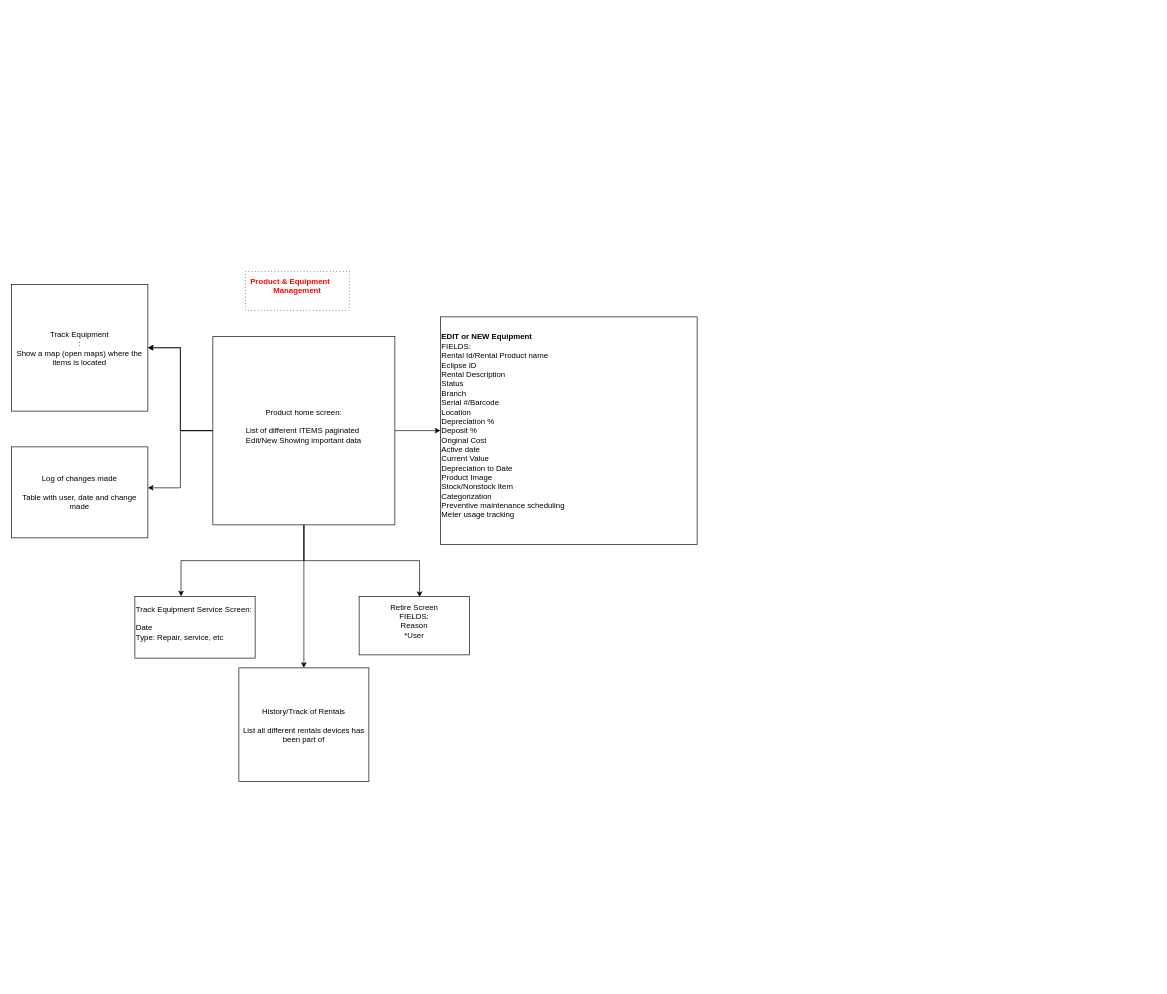
The draw.io diagram rentals_equipment.drawio in arturo-reyes-fernandez/rentals, before the edit. Source tidied: cells renumbered, new cells numbered last; positions are measured from the earlier drawing's top-left corner, leaving out a move shared by most shapes. Both pictures are drawn from the tidied source at 65%, with x=0, y=0 at pixel (11, 271).
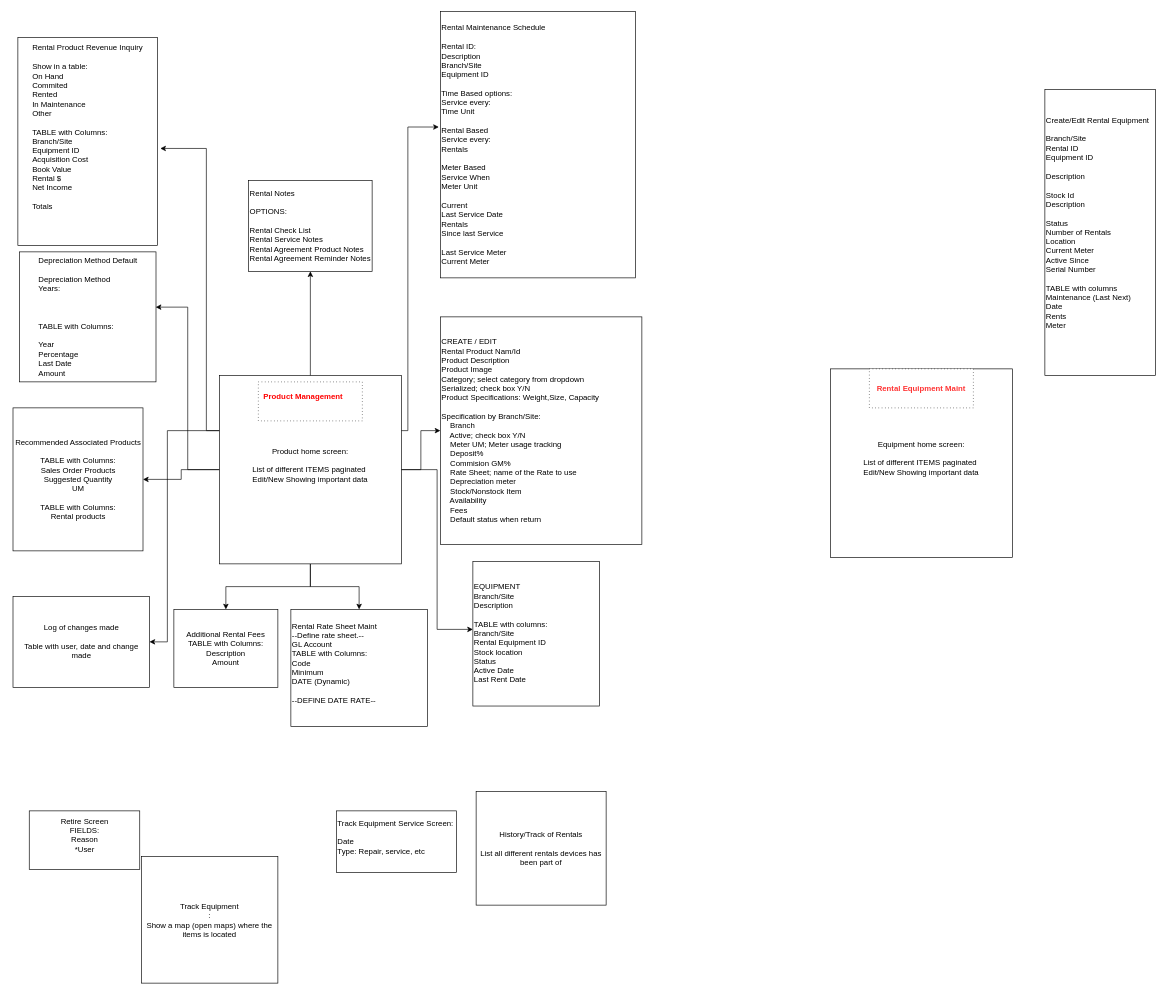
After the change.

Diff of the diagram source:
```diff
@@
-    <mxCell id="2" value="&lt;div align=&quot;left&quot;&gt;&lt;b&gt;EDIT or NEW Equipment&lt;/b&gt;&lt;br&gt;&lt;/div&gt;&lt;div align=&quot;left&quot;&gt;FIELDS:&lt;/div&gt;&lt;div align=&quot;left&quot;&gt;Rental Id/Rental Product name&lt;br&gt;Eclipse ID &lt;br&gt;Rental Description &lt;br&gt;Status&lt;br&gt;Branch&lt;br&gt;Serial #/Barcode&lt;br&gt;Location&lt;br&gt;Depreciation %&lt;br&gt;Deposit %&lt;br&gt;Original Cost&lt;br&gt;Active date&lt;br&gt;Current Value&lt;br&gt;Depreciation to Date &lt;br&gt;Product Image&lt;br&gt;Stock/Nonstock Item&lt;br&gt;Categorization&lt;br&gt;Preventive maintenance scheduling &lt;br&gt;Meter usage tracking&lt;br&gt;&lt;br&gt;&lt;/div&gt;" style="rounded=0;whiteSpace=wrap;html=1;align=left;" parent="1" vertex="1">
-      <mxGeometry x="660" y="70" width="395" height="350" as="geometry" />
+    <mxCell id="2" value="&lt;div align=&quot;left&quot;&gt;CREATE / EDIT&lt;br&gt;&lt;/div&gt;&lt;div align=&quot;left&quot;&gt;Rental Product Nam/Id &lt;br&gt;Product Description &amp;nbsp;&lt;br&gt;Product Image &lt;br&gt;Category; select category from dropdown &amp;nbsp;&lt;br&gt;Serialized; check box Y/N&amp;nbsp; &amp;nbsp;&lt;br&gt;Product Specifications: Weight,Size, Capacity &lt;br&gt;&lt;/div&gt;&lt;div align=&quot;left&quot;&gt;&lt;br&gt;&lt;/div&gt;&lt;div align=&quot;left&quot;&gt;Specification by Branch/Site:&lt;br&gt;&amp;nbsp;&amp;nbsp;&amp;nbsp; Branch&lt;br&gt;&amp;nbsp;&amp;nbsp;&amp;nbsp; Active; check box Y/N &lt;br&gt;&amp;nbsp;&amp;nbsp;&amp;nbsp; Meter UM; Meter usage tracking &lt;br&gt;&amp;nbsp;&amp;nbsp;&amp;nbsp; Deposit% &lt;br&gt;&amp;nbsp;&amp;nbsp;&amp;nbsp; Commision GM% &lt;br&gt;&amp;nbsp;&amp;nbsp;&amp;nbsp; Rate Sheet; name of the Rate to use &lt;br&gt;&amp;nbsp;&amp;nbsp;&amp;nbsp; Depreciation meter&amp;nbsp; &amp;nbsp;&lt;br&gt;&amp;nbsp;&amp;nbsp;&amp;nbsp; Stock/Nonstock Item &amp;nbsp;&lt;br&gt;&amp;nbsp;&amp;nbsp;&amp;nbsp; Availability &amp;nbsp;&lt;br&gt;&amp;nbsp;&amp;nbsp;&amp;nbsp; Fees &amp;nbsp;&lt;br&gt;&amp;nbsp;&amp;nbsp;&amp;nbsp; Default status when return &lt;br&gt;&lt;/div&gt;" style="rounded=0;whiteSpace=wrap;html=1;align=left;" parent="1" vertex="1">
+      <mxGeometry x="660" y="70" width="310" height="350" as="geometry" />
     </mxCell>
-    <mxCell id="3" value="&lt;br&gt;&lt;br&gt;&lt;br&gt;&lt;br&gt;&lt;p style=&quot;text-indent:-.25in;mso-list:l0 level1 lfo1&quot; class=&quot;MsoListParagraph&quot;&gt;&lt;span style=&quot;font-family: Wingdings; color: red;&quot;&gt;&lt;span style=&quot;mso-list:Ignore&quot;&gt;&lt;span style=&quot;font:7.0pt &amp;quot;Times New Roman&amp;quot;&quot;&gt;&amp;nbsp;&lt;/span&gt;&lt;/span&gt;&lt;/span&gt;&lt;b&gt;&lt;span style=&quot;color: red;&quot;&gt;Product &amp;amp; Equipment Management&lt;/span&gt;&lt;/b&gt;&lt;/p&gt;&lt;br&gt;&lt;br&gt;&lt;br&gt;&lt;br&gt;&lt;div&gt;&lt;br/&gt;&lt;/div&gt;" style="whiteSpace=wrap;html=1;dashed=1;dashPattern=1 4;" parent="1" vertex="1">
-      <mxGeometry x="360" width="160" height="60" as="geometry" />
-    </mxCell>
     <mxCell id="4" value="&lt;div&gt;Retire Screen&lt;/div&gt;&lt;div&gt;FIELDS:&lt;/div&gt;&lt;div&gt;Reason&lt;/div&gt;&lt;div&gt;*User&lt;/div&gt;&lt;div&gt;&lt;br&gt;&lt;/div&gt;" style="whiteSpace=wrap;html=1;" parent="1" vertex="1">
-      <mxGeometry x="535" y="500" width="170" height="90" as="geometry" />
+      <mxGeometry x="27.5" y="830" width="170" height="90" as="geometry" />
     </mxCell>
     <mxCell id="5" value="&lt;div&gt;Track Equipment Service Screen:&lt;/div&gt;&lt;div&gt;&lt;br&gt;&lt;/div&gt;&lt;div&gt;Date&lt;/div&gt;&lt;div&gt;Type: Repair, service, etc&lt;br&gt;&lt;/div&gt;&lt;div&gt;&lt;br&gt;&lt;/div&gt;" style="whiteSpace=wrap;html=1;align=left;rounded=0;" parent="1" vertex="1">
-      <mxGeometry x="190" y="500" width="185" height="95" as="geometry" />
+      <mxGeometry x="500" y="830" width="185" height="95" as="geometry" />
     </mxCell>
@@
-    <mxCell id="7" style="edgeStyle=orthogonalEdgeStyle;rounded=0;jettySize=auto;html=1;" parent="1" edge="1" source="10" target="13">
-      <mxGeometry relative="1" as="geometry" />
-    </mxCell>
-    <mxCell id="8" style="edgeStyle=orthogonalEdgeStyle;rounded=0;jettySize=auto;html=1;" parent="1" edge="1" source="10" target="14">
-      <mxGeometry relative="1" as="geometry" />
-    </mxCell>
-    <mxCell id="9" style="edgeStyle=orthogonalEdgeStyle;rounded=0;jettySize=auto;html=1;" parent="1" edge="1" source="10" target="13">
-      <mxGeometry relative="1" as="geometry" />
-    </mxCell>
+    <mxCell id="17" style="edgeStyle=orthogonalEdgeStyle;rounded=0;jettySize=auto;html=1;entryX=0.5;entryY=0;entryDx=0;entryDy=0;" parent="1" edge="1" source="10" target="22">
+      <mxGeometry relative="1" as="geometry" />
+    </mxCell>
+    <mxCell id="18" style="edgeStyle=orthogonalEdgeStyle;rounded=0;jettySize=auto;html=1;" parent="1" edge="1" source="10" target="23">
+      <mxGeometry relative="1" as="geometry" />
+    </mxCell>
+    <mxCell id="19" style="edgeStyle=orthogonalEdgeStyle;rounded=0;jettySize=auto;html=1;" parent="1" edge="1" source="10" target="24">
+      <mxGeometry relative="1" as="geometry" />
+    </mxCell>
+    <mxCell id="16" style="edgeStyle=orthogonalEdgeStyle;rounded=0;jettySize=auto;html=1;entryX=1;entryY=0.5;entryDx=0;entryDy=0;" parent="1" edge="1" source="10" target="15">
+      <mxGeometry relative="1" as="geometry">
+        <Array as="points">
+          <mxPoint x="240" y="245" />
+          <mxPoint x="240" y="570" />
+        </Array>
+      </mxGeometry>
+    </mxCell>
     <mxCell id="10" value="&lt;div&gt;Product home screen:&lt;/div&gt;&lt;div&gt;&lt;br&gt;&lt;/div&gt;&lt;div&gt;List of different ITEMS paginated&amp;nbsp; &lt;br&gt;&lt;/div&gt;&lt;div&gt;Edit/New Showing important data&lt;br&gt;&lt;/div&gt;&lt;div&gt;&lt;br&gt;&lt;/div&gt;" style="rounded=0;whiteSpace=wrap;html=1;" parent="1" vertex="1">
-      <mxGeometry x="310" y="100" width="280" height="290" as="geometry" />
+      <mxGeometry x="320" y="160" width="280" height="290" as="geometry" />
     </mxCell>
-    <mxCell id="11" style="edgeStyle=orthogonalEdgeStyle;rounded=0;jettySize=auto;html=1;entryX=0.547;entryY=0.011;entryDx=0;entryDy=0;entryPerimeter=0;" parent="1" edge="1" source="10" target="4">
-      <mxGeometry relative="1" as="geometry" />
-    </mxCell>
-    <mxCell id="12" style="edgeStyle=orthogonalEdgeStyle;rounded=0;jettySize=auto;html=1;entryX=0.384;entryY=0;entryDx=0;entryDy=0;entryPerimeter=0;" parent="1" edge="1" source="10" target="5">
-      <mxGeometry relative="1" as="geometry" />
-    </mxCell>
     <mxCell id="13" value="Track Equipment&lt;br&gt;&lt;div&gt;:&lt;/div&gt;&lt;div&gt;Show a map (open maps) where the items is located&lt;br&gt;&lt;/div&gt;" style="whiteSpace=wrap;html=1;rounded=0;" parent="1" vertex="1">
-      <mxGeometry y="20" width="210" height="195" as="geometry" />
+      <mxGeometry x="200" y="900" width="210" height="195" as="geometry" />
     </mxCell>
     <mxCell id="14" value="&lt;div&gt;History/Track of Rentals&lt;/div&gt;&lt;div&gt;&lt;br&gt;&lt;/div&gt;&lt;div&gt;List all different rentals devices has been part of&lt;br&gt;&lt;/div&gt;" style="whiteSpace=wrap;html=1;rounded=0;" parent="1" vertex="1">
-      <mxGeometry x="350" y="610" width="200" height="175" as="geometry" />
+      <mxGeometry x="715" y="800" width="200" height="175" as="geometry" />
     </mxCell>
     <mxCell id="15" value="&lt;div&gt;Log of changes made&lt;/div&gt;&lt;div&gt;&lt;br&gt;&lt;/div&gt;&lt;div&gt;Table with user, date and change made&lt;br&gt;&lt;/div&gt;" style="rounded=0;whiteSpace=wrap;html=1;" parent="1" vertex="1">
-      <mxGeometry y="270" width="210" height="140" as="geometry" />
+      <mxGeometry x="2.5" y="500" width="210" height="140" as="geometry" />
     </mxCell>
-    <mxCell id="16" style="edgeStyle=orthogonalEdgeStyle;rounded=0;jettySize=auto;html=1;entryX=1;entryY=0.45;entryDx=0;entryDy=0;entryPerimeter=0;" parent="1" edge="1" source="10" target="15">
-      <mxGeometry relative="1" as="geometry" />
-    </mxCell>
+    <mxCell id="20" value="&lt;div align=&quot;left&quot;&gt;EQUIPMENT&lt;/div&gt;&lt;div align=&quot;left&quot;&gt;Branch/Site&lt;/div&gt;&lt;div align=&quot;left&quot;&gt;Description&lt;/div&gt;&lt;div align=&quot;left&quot;&gt;&lt;br&gt;&lt;/div&gt;&lt;div align=&quot;left&quot;&gt;TABLE with columns:&lt;/div&gt;&lt;div align=&quot;left&quot;&gt;Branch/Site&lt;/div&gt;&lt;div align=&quot;left&quot;&gt;Rental Equipment ID&lt;/div&gt;&lt;div align=&quot;left&quot;&gt;Stock location&lt;/div&gt;&lt;div align=&quot;left&quot;&gt;Status&lt;/div&gt;&lt;div align=&quot;left&quot;&gt;Active Date&lt;/div&gt;&lt;div align=&quot;left&quot;&gt;Last Rent Date&lt;br&gt;&lt;/div&gt;" style="whiteSpace=wrap;html=1;align=left;" parent="1" vertex="1">
+      <mxGeometry x="710" y="446.2" width="195" height="222.5" as="geometry" />
+    </mxCell>
+    <mxCell id="21" style="edgeStyle=orthogonalEdgeStyle;rounded=0;jettySize=auto;html=1;entryX=0;entryY=0.47;entryDx=0;entryDy=0;entryPerimeter=0;" parent="1" edge="1" source="10" target="20">
+      <mxGeometry relative="1" as="geometry" />
+    </mxCell>
+    <mxCell id="22" value="&lt;div align=&quot;left&quot;&gt;Rental Rate Sheet Maint&lt;/div&gt;&lt;div align=&quot;left&quot;&gt;--Define rate sheet.--&lt;/div&gt;&lt;div align=&quot;left&quot;&gt;GL Account&lt;/div&gt;&lt;div align=&quot;left&quot;&gt;TABLE with Columns:&lt;/div&gt;&lt;div align=&quot;left&quot;&gt;Code&lt;/div&gt;&lt;div align=&quot;left&quot;&gt;Minimum&lt;/div&gt;&lt;div align=&quot;left&quot;&gt;DATE (Dynamic)&lt;/div&gt;&lt;div align=&quot;left&quot;&gt;&lt;br&gt;&lt;/div&gt;&lt;div align=&quot;left&quot;&gt;--DEFINE DATE RATE--&lt;/div&gt;&lt;div align=&quot;left&quot;&gt;&lt;br&gt;&lt;/div&gt;" style="whiteSpace=wrap;html=1;align=left;" parent="1" vertex="1">
+      <mxGeometry x="430" y="520" width="210" height="180" as="geometry" />
+    </mxCell>
+    <mxCell id="23" value="&lt;div&gt;Additional Rental Fees&lt;/div&gt;&lt;div&gt;TABLE with Columns:&lt;/div&gt;&lt;div&gt;Description&lt;/div&gt;&lt;div&gt;Amount&lt;br&gt;&lt;/div&gt;" style="whiteSpace=wrap;html=1;" parent="1" vertex="1">
+      <mxGeometry x="250" y="520" width="160" height="120" as="geometry" />
+    </mxCell>
+    <mxCell id="24" value="&lt;div&gt;Recommended Associated Products&lt;/div&gt;&lt;br&gt;&lt;div&gt;TABLE with Columns:&lt;/div&gt;&lt;div&gt;Sales Order Products&lt;/div&gt;&lt;div&gt;Suggested Quantity&lt;/div&gt;&lt;div&gt;UM&lt;/div&gt;&lt;div&gt;&lt;br&gt;&lt;/div&gt;&lt;div&gt;TABLE with Columns:&lt;/div&gt;&lt;div&gt;Rental products&lt;br&gt;&lt;/div&gt;" style="whiteSpace=wrap;html=1;" parent="1" vertex="1">
+      <mxGeometry x="2.5" y="210" width="200" height="220" as="geometry" />
+    </mxCell>
+    <mxCell id="25" value="&lt;div align=&quot;left&quot;&gt;Depreciation Method Default&lt;/div&gt;&lt;div align=&quot;left&quot;&gt;&lt;br&gt;&lt;/div&gt;&lt;div align=&quot;left&quot;&gt;Depreciation Method&lt;br&gt;Years:&lt;/div&gt;&lt;div align=&quot;left&quot;&gt;&lt;br&gt;&lt;/div&gt;&lt;div align=&quot;left&quot;&gt;&lt;br&gt;&lt;/div&gt;&lt;div align=&quot;left&quot;&gt;&lt;br&gt;&lt;/div&gt;&lt;div align=&quot;left&quot;&gt;TABLE with Columns:&lt;/div&gt;&lt;div align=&quot;left&quot;&gt;&lt;br&gt;&lt;/div&gt;&lt;div align=&quot;left&quot;&gt;Year&lt;/div&gt;&lt;div align=&quot;left&quot;&gt;Percentage &lt;br&gt;&lt;/div&gt;&lt;div align=&quot;left&quot;&gt;Last Date&lt;/div&gt;&lt;div align=&quot;left&quot;&gt;Amount&lt;br&gt;&lt;/div&gt;" style="whiteSpace=wrap;html=1;" parent="1" vertex="1">
+      <mxGeometry x="12.5" y="-30" width="210" height="200" as="geometry" />
+    </mxCell>
+    <mxCell id="26" style="edgeStyle=orthogonalEdgeStyle;rounded=0;jettySize=auto;html=1;entryX=0.998;entryY=0.425;entryDx=0;entryDy=0;entryPerimeter=0;" parent="1" edge="1" source="10" target="25">
+      <mxGeometry relative="1" as="geometry" />
+    </mxCell>
+    <mxCell id="27" value="&lt;div align=&quot;left&quot;&gt;Rental Maintenance Schedule&lt;br&gt;&lt;/div&gt;&lt;div align=&quot;left&quot;&gt;&lt;br&gt;&lt;/div&gt;&lt;div align=&quot;left&quot;&gt;Rental ID:&lt;/div&gt;&lt;div align=&quot;left&quot;&gt;Description&lt;/div&gt;&lt;div align=&quot;left&quot;&gt;Branch/Site&lt;/div&gt;&lt;div align=&quot;left&quot;&gt;Equipment ID&lt;/div&gt;&lt;div align=&quot;left&quot;&gt;&lt;br&gt;&lt;/div&gt;&lt;div align=&quot;left&quot;&gt;Time Based options:&lt;/div&gt;&lt;div align=&quot;left&quot;&gt;Service every: &lt;br&gt;&lt;/div&gt;&lt;div align=&quot;left&quot;&gt;Time Unit&lt;/div&gt;&lt;div align=&quot;left&quot;&gt;&lt;br&gt;&lt;/div&gt;&lt;div align=&quot;left&quot;&gt;Rental Based&lt;/div&gt;&lt;div align=&quot;left&quot;&gt;Service every: &lt;br&gt;&lt;/div&gt;&lt;div align=&quot;left&quot;&gt;Rentals&lt;/div&gt;&lt;div align=&quot;left&quot;&gt;&lt;br&gt;&lt;/div&gt;&lt;div align=&quot;left&quot;&gt;Meter Based&lt;/div&gt;&lt;div align=&quot;left&quot;&gt;Service When&lt;/div&gt;&lt;div align=&quot;left&quot;&gt;Meter Unit&lt;/div&gt;&lt;div align=&quot;left&quot;&gt;&lt;br&gt;&lt;/div&gt;&lt;div align=&quot;left&quot;&gt;Current&lt;/div&gt;&lt;div align=&quot;left&quot;&gt;Last Service Date&lt;/div&gt;&lt;div align=&quot;left&quot;&gt;Rentals&lt;/div&gt;&lt;div align=&quot;left&quot;&gt;Since last Service&lt;/div&gt;&lt;div align=&quot;left&quot;&gt;&lt;br&gt;&lt;/div&gt;&lt;div align=&quot;left&quot;&gt;Last Service Meter&lt;/div&gt;&lt;div align=&quot;left&quot;&gt;Current Meter&lt;br&gt;&lt;/div&gt;" style="whiteSpace=wrap;html=1;align=left;" parent="1" vertex="1">
+      <mxGeometry x="660" y="-400" width="300" height="410" as="geometry" />
+    </mxCell>
+    <mxCell id="28" style="edgeStyle=orthogonalEdgeStyle;rounded=0;jettySize=auto;html=1;entryX=-0.008;entryY=0.434;entryDx=0;entryDy=0;entryPerimeter=0;" parent="1" edge="1" source="10" target="27">
+      <mxGeometry relative="1" as="geometry">
+        <Array as="points">
+          <mxPoint x="610" y="245" />
+          <mxPoint x="610" y="-222" />
+        </Array>
+      </mxGeometry>
+    </mxCell>
+    <mxCell id="29" value="&lt;div align=&quot;left&quot;&gt;Rental Product Revenue Inquiry&lt;/div&gt;&lt;div align=&quot;left&quot;&gt;&lt;br&gt;&lt;/div&gt;&lt;div align=&quot;left&quot;&gt;Show in a table:&lt;/div&gt;&lt;div align=&quot;left&quot;&gt;On Hand&lt;/div&gt;&lt;div align=&quot;left&quot;&gt;Commited&lt;/div&gt;&lt;div align=&quot;left&quot;&gt;Rented&lt;/div&gt;&lt;div align=&quot;left&quot;&gt;In Maintenance&lt;/div&gt;&lt;div align=&quot;left&quot;&gt;Other&lt;/div&gt;&lt;div align=&quot;left&quot;&gt;&lt;br&gt;&lt;/div&gt;&lt;div align=&quot;left&quot;&gt;TABLE with Columns:&lt;/div&gt;&lt;div align=&quot;left&quot;&gt;Branch/Site&lt;/div&gt;&lt;div align=&quot;left&quot;&gt;Equipment ID&lt;/div&gt;&lt;div align=&quot;left&quot;&gt;Acquisition Cost&lt;/div&gt;&lt;div align=&quot;left&quot;&gt;Book Value&lt;/div&gt;&lt;div align=&quot;left&quot;&gt;Rental $&lt;/div&gt;&lt;div align=&quot;left&quot;&gt;Net Income&lt;/div&gt;&lt;div align=&quot;left&quot;&gt;&lt;br&gt;&lt;/div&gt;&lt;div align=&quot;left&quot;&gt;Totals&lt;/div&gt;&lt;div&gt;&lt;br&gt;&lt;/div&gt;&lt;div&gt;&lt;br&gt;&lt;/div&gt;&lt;div&gt;&lt;br&gt;&lt;/div&gt;" style="whiteSpace=wrap;html=1;" parent="1" vertex="1">
+      <mxGeometry x="10" y="-360" width="215" height="320" as="geometry" />
+    </mxCell>
+    <mxCell id="30" style="edgeStyle=orthogonalEdgeStyle;rounded=0;jettySize=auto;html=1;entryX=1.019;entryY=0.534;entryDx=0;entryDy=0;entryPerimeter=0;" parent="1" edge="1" source="10" target="29">
+      <mxGeometry relative="1" as="geometry">
+        <Array as="points">
+          <mxPoint x="300" y="245" />
+          <mxPoint x="300" y="-189" />
+        </Array>
+      </mxGeometry>
+    </mxCell>
+    <mxCell id="31" value="&lt;div align=&quot;left&quot;&gt;Rental Notes&lt;/div&gt;&lt;div align=&quot;left&quot;&gt;&lt;br&gt;&lt;/div&gt;&lt;div align=&quot;left&quot;&gt;OPTIONS:&lt;/div&gt;&lt;div align=&quot;left&quot;&gt;&lt;br&gt;&lt;/div&gt;&lt;div align=&quot;left&quot;&gt;Rental Check List&lt;/div&gt;&lt;div align=&quot;left&quot;&gt;Rental Service Notes&lt;br&gt;&lt;/div&gt;&lt;div align=&quot;left&quot;&gt;Rental Agreement Product Notes&lt;br&gt;&lt;/div&gt;&lt;div align=&quot;left&quot;&gt;Rental Agreement Reminder Notes&lt;br&gt;&lt;/div&gt;" style="whiteSpace=wrap;html=1;" parent="1" vertex="1">
+      <mxGeometry x="365" y="-140" width="190" height="140" as="geometry" />
+    </mxCell>
+    <mxCell id="32" style="edgeStyle=orthogonalEdgeStyle;rounded=0;jettySize=auto;html=1;entryX=0.5;entryY=1;entryDx=0;entryDy=0;" parent="1" edge="1" source="10" target="31">
+      <mxGeometry relative="1" as="geometry" />
+    </mxCell>
+    <mxCell id="3" value="&lt;br&gt;&lt;br&gt;&lt;br&gt;&lt;br&gt;&lt;p style=&quot;text-indent:-.25in;mso-list:l0 level1 lfo1&quot; class=&quot;MsoListParagraph&quot;&gt;&lt;span style=&quot;font-family: Wingdings; color: red;&quot;&gt;&lt;span style=&quot;mso-list:Ignore&quot;&gt;&lt;span style=&quot;font:7.0pt &amp;quot;Times New Roman&amp;quot;&quot;&gt;&amp;nbsp;&lt;/span&gt;&lt;/span&gt;&lt;/span&gt;&lt;b&gt;&lt;span style=&quot;color: red;&quot;&gt;Product Management&lt;/span&gt;&lt;/b&gt;&lt;/p&gt;&lt;br&gt;&lt;br&gt;&lt;br&gt;&lt;br&gt;&lt;div&gt;&lt;br&gt;&lt;/div&gt;" style="whiteSpace=wrap;html=1;dashed=1;dashPattern=1 4;" parent="1" vertex="1">
+      <mxGeometry x="380" y="170" width="160" height="60" as="geometry" />
+    </mxCell>
+    <mxCell id="33" value="&lt;div&gt;Equipment home screen:&lt;/div&gt;&lt;div&gt;&lt;br&gt;&lt;/div&gt;&lt;div&gt;List of different ITEMS paginated&amp;nbsp; &lt;br&gt;&lt;/div&gt;&lt;div&gt;Edit/New Showing important data&lt;br&gt;&lt;/div&gt;&lt;div&gt;&lt;br&gt;&lt;/div&gt;" style="rounded=0;whiteSpace=wrap;html=1;" parent="1" vertex="1">
+      <mxGeometry x="1260" y="150" width="280" height="290" as="geometry" />
+    </mxCell>
+    <mxCell id="34" value="&lt;b&gt;&lt;span style=&quot;color: rgb(255, 51, 51);&quot;&gt;Rental Equipment Maint&lt;br&gt;&lt;/span&gt;&lt;/b&gt;" style="whiteSpace=wrap;html=1;dashed=1;dashPattern=1 4;" parent="1" vertex="1">
+      <mxGeometry x="1320" y="150" width="160" height="60" as="geometry" />
+    </mxCell>
+    <mxCell id="35" value="&lt;div align=&quot;left&quot;&gt;Create/Edit Rental Equipment&lt;/div&gt;&lt;div align=&quot;left&quot;&gt;&lt;br&gt;&lt;/div&gt;&lt;div align=&quot;left&quot;&gt;Branch/Site&lt;/div&gt;&lt;div align=&quot;left&quot;&gt;Rental ID&lt;/div&gt;&lt;div align=&quot;left&quot;&gt;Equipment ID&lt;/div&gt;&lt;div align=&quot;left&quot;&gt;&lt;br&gt;&lt;/div&gt;&lt;div align=&quot;left&quot;&gt;Description&lt;/div&gt;&lt;div align=&quot;left&quot;&gt;&lt;br&gt;&lt;/div&gt;&lt;div align=&quot;left&quot;&gt;Stock Id&lt;/div&gt;&lt;div align=&quot;left&quot;&gt;Description&lt;/div&gt;&lt;div align=&quot;left&quot;&gt;&lt;br&gt;&lt;/div&gt;&lt;div align=&quot;left&quot;&gt;Status&lt;/div&gt;&lt;div align=&quot;left&quot;&gt;Number of Rentals&lt;/div&gt;&lt;div align=&quot;left&quot;&gt;Location&lt;/div&gt;&lt;div align=&quot;left&quot;&gt;Current Meter&lt;/div&gt;&lt;div align=&quot;left&quot;&gt;Active Since&lt;/div&gt;&lt;div align=&quot;left&quot;&gt;Serial Number&lt;/div&gt;&lt;div align=&quot;left&quot;&gt;&lt;br&gt;&lt;/div&gt;&lt;div align=&quot;left&quot;&gt;TABLE with columns&lt;/div&gt;&lt;div align=&quot;left&quot;&gt;Maintenance (Last Next)&lt;/div&gt;&lt;div align=&quot;left&quot;&gt;Date&lt;/div&gt;&lt;div align=&quot;left&quot;&gt;Rents&lt;/div&gt;&lt;div align=&quot;left&quot;&gt;Meter&lt;br&gt;&lt;/div&gt;&lt;div align=&quot;left&quot;&gt;&lt;br&gt;&lt;/div&gt;&lt;div align=&quot;left&quot;&gt;&lt;br&gt;&lt;/div&gt;" style="whiteSpace=wrap;html=1;align=left;" parent="1" vertex="1">
+      <mxGeometry x="1590" y="-280" width="170" height="440" as="geometry" />
+    </mxCell>
```
